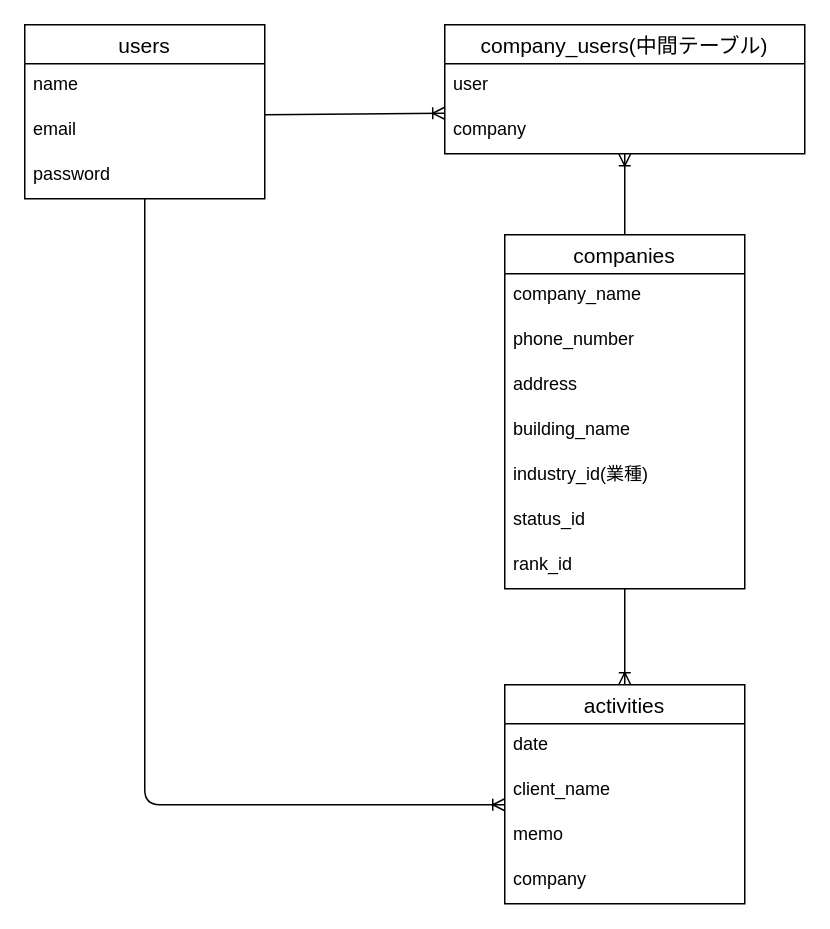
nagawa-hub/sarabred keeps this draw.io diagram as database.dio. Above is the earlier version. Source tidied: cells renumbered, new cells numbered last; positions are measured from the earlier drawing's top-left corner, leaving out a move shared by most shapes. Both pictures are drawn from the tidied source at 150%, with x=0, y=0 at pixel (24, 24).
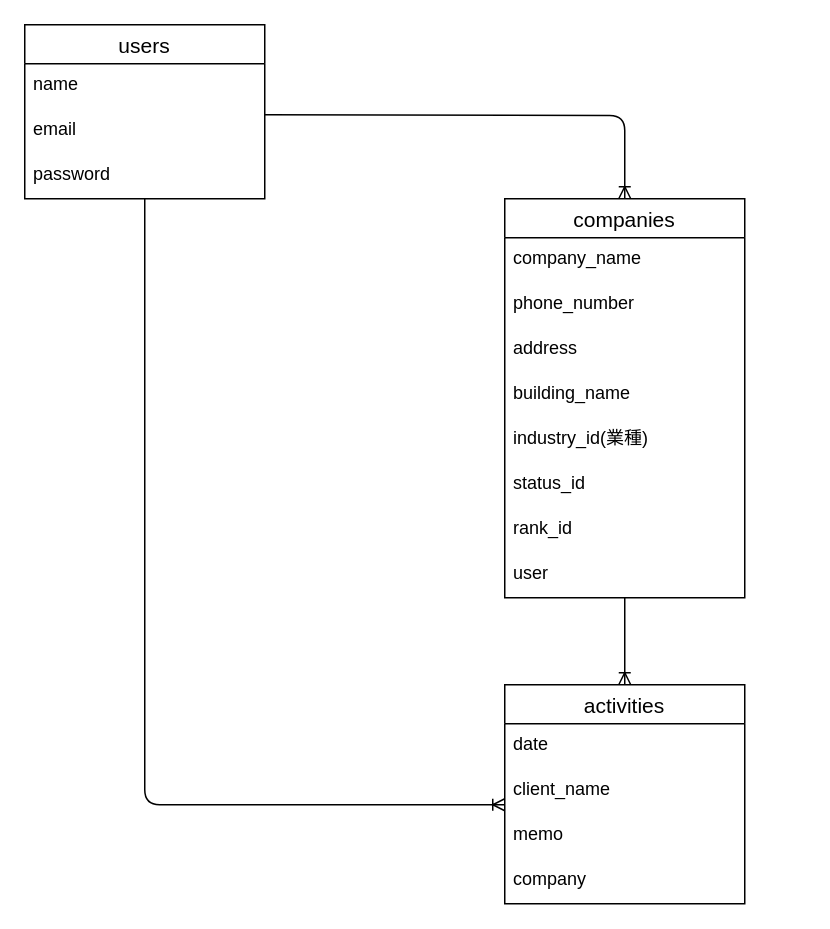
The same page after the edit.

Unchanged cells that the change refers to:
```xml
<mxCell id="5" value="password" style="text;strokeColor=none;fillColor=none;spacingLeft=4;spacingRight=4;overflow=hidden;points=[[0,0.5],[1,0.5]];portConstraint=eastwest;fontSize=12;" parent="2" vertex="1">
  <mxGeometry y="86" width="160" height="30" as="geometry" />
</mxCell>
<mxCell id="12" value="activities" style="swimlane;fontStyle=0;horizontal=1;startSize=26;align=center;fontSize=14;" parent="1" vertex="1">
  <mxGeometry x="320" y="440" width="160" height="146" as="geometry" />
</mxCell>
<mxCell id="14" value="client_name" style="text;strokeColor=none;fillColor=none;spacingLeft=4;spacingRight=4;overflow=hidden;points=[[0,0.5],[1,0.5]];portConstraint=eastwest;fontSize=12;" parent="12" vertex="1">
  <mxGeometry y="56" width="160" height="30" as="geometry" />
</mxCell>
<mxCell id="24" value="rank_id" style="text;strokeColor=none;fillColor=none;spacingLeft=4;spacingRight=4;overflow=hidden;points=[[0,0.5],[1,0.5]];portConstraint=eastwest;fontSize=12;" parent="17" vertex="1">
  <mxGeometry y="206" width="160" height="30" as="geometry" />
</mxCell>
```

What changed in the source:
```diff
@@
-    <mxCell id="6" value="company_users(中間テーブル)" style="swimlane;fontStyle=0;horizontal=1;startSize=26;align=center;fontSize=14;" parent="1" vertex="1">
-      <mxGeometry x="280" width="240" height="86" as="geometry" />
-    </mxCell>
-    <mxCell id="7" value="user" style="text;strokeColor=none;fillColor=none;spacingLeft=4;spacingRight=4;overflow=hidden;points=[[0,0.5],[1,0.5]];portConstraint=eastwest;fontSize=12;" parent="6" vertex="1">
-      <mxGeometry y="26" width="240" height="30" as="geometry" />
-    </mxCell>
-    <mxCell id="8" value="company" style="text;strokeColor=none;fillColor=none;spacingLeft=4;spacingRight=4;overflow=hidden;points=[[0,0.5],[1,0.5]];portConstraint=eastwest;fontSize=12;" parent="6" vertex="1">
-      <mxGeometry y="56" width="240" height="30" as="geometry" />
-    </mxCell>
-    <mxCell id="9" style="fontSize=12;html=1;endArrow=ERoneToMany;entryX=0;entryY=0.1;entryDx=0;entryDy=0;entryPerimeter=0;" parent="1" edge="1" target="8">
+    <mxCell id="9" style="fontSize=12;html=1;endArrow=ERoneToMany;entryX=0.5;entryY=0;entryDx=0;entryDy=0;edgeStyle=orthogonalEdgeStyle;" parent="1" edge="1" target="17">
       <mxGeometry relative="1" as="geometry">
         <mxPoint x="160" y="60" as="sourcePoint" />
       </mxGeometry>
     </mxCell>
-    <mxCell id="10" style="fontSize=12;html=1;endArrow=ERoneToMany;entryX=0.5;entryY=1;entryDx=0;entryDy=0;entryPerimeter=0;exitX=0.5;exitY=0;exitDx=0;exitDy=0;" parent="1" edge="1" source="17" target="8">
-      <mxGeometry relative="1" as="geometry" />
-    </mxCell>
-    <mxCell id="11" style="fontSize=12;html=1;endArrow=ERoneToMany;entryX=0.5;entryY=0;entryDx=0;entryDy=0;exitX=0.5;exitY=1;exitDx=0;exitDy=0;exitPerimeter=0;" parent="1" edge="1" source="24" target="12">
+    <mxCell id="11" style="fontSize=12;html=1;endArrow=ERoneToMany;entryX=0.5;entryY=0;entryDx=0;entryDy=0;exitX=0.5;exitY=1;exitDx=0;exitDy=0;exitPerimeter=0;" parent="1" edge="1" source="7" target="12">
       <mxGeometry relative="1" as="geometry" />
     </mxCell>
@@
+    <mxCell id="25" style="edgeStyle=orthogonalEdgeStyle;fontSize=12;html=1;endArrow=ERoneToMany;exitX=0.5;exitY=1;exitDx=0;exitDy=0;exitPerimeter=0;entryX=0;entryY=0.8;entryDx=0;entryDy=0;entryPerimeter=0;" parent="1" edge="1" source="5" target="14">
+      <mxGeometry relative="1" as="geometry">
+        <Array as="points">
+          <mxPoint x="80" y="520" />
+        </Array>
+      </mxGeometry>
+    </mxCell>
     <mxCell id="17" value="companies" style="swimlane;fontStyle=0;horizontal=1;startSize=26;align=center;fontSize=14;" parent="1" vertex="1">
-      <mxGeometry x="320" y="140" width="160" height="236" as="geometry" />
+      <mxGeometry x="320" y="116" width="160" height="266" as="geometry" />
     </mxCell>
@@
-    <mxCell id="25" style="edgeStyle=orthogonalEdgeStyle;fontSize=12;html=1;endArrow=ERoneToMany;exitX=0.5;exitY=1;exitDx=0;exitDy=0;exitPerimeter=0;entryX=0;entryY=0.8;entryDx=0;entryDy=0;entryPerimeter=0;" parent="1" edge="1" source="5" target="14">
-      <mxGeometry relative="1" as="geometry">
-        <Array as="points">
-          <mxPoint x="80" y="520" />
-        </Array>
-      </mxGeometry>
-    </mxCell>
+    <mxCell id="7" value="user" style="text;strokeColor=none;fillColor=none;spacingLeft=4;spacingRight=4;overflow=hidden;points=[[0,0.5],[1,0.5]];portConstraint=eastwest;fontSize=12;" parent="17" vertex="1">
+      <mxGeometry y="236" width="160" height="30" as="geometry" />
+    </mxCell>
```
